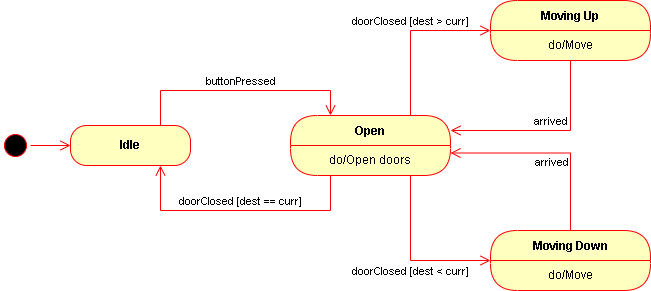
Above: Diagrams/Elevator_State_Machine.png in saffiali2000/Elevator-Control-System (draw.io), before the change. Source tidied: cells renumbered, new cells last; positions are measured from the earlier drawing's top-left corner, leaving out a move shared by most shapes.
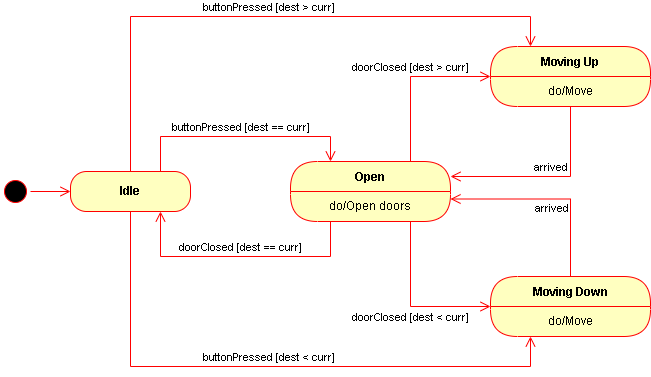
Later version of the same file.

Commit message:
improve elevator state machine

The edit, as a diff of the source:
```diff
@@ -18,7 +18,7 @@
     <mxCell id="5" value="&lt;b&gt;Idle&lt;/b&gt;" style="rounded=1;whiteSpace=wrap;html=1;arcSize=40;fontColor=#000000;fillColor=#ffffc0;strokeColor=#ff0000;" parent="1" vertex="1">
       <mxGeometry x="70" y="125" width="120" height="40" as="geometry" />
     </mxCell>
-    <mxCell id="6" value="buttonPressed" style="edgeStyle=orthogonalEdgeStyle;html=1;verticalAlign=bottom;endArrow=open;endSize=8;strokeColor=#ff0000;rounded=0;exitX=0.75;exitY=0;exitDx=0;exitDy=0;entryX=0.25;entryY=0;entryDx=0;entryDy=0;" parent="1" edge="1" source="5" target="10">
+    <mxCell id="6" value="buttonPressed [dest == curr]" style="edgeStyle=orthogonalEdgeStyle;html=1;verticalAlign=bottom;endArrow=open;endSize=8;strokeColor=#ff0000;rounded=0;exitX=0.75;exitY=0;exitDx=0;exitDy=0;entryX=0.25;entryY=0;entryDx=0;entryDy=0;" parent="1" edge="1" source="5" target="10">
       <mxGeometry relative="1" as="geometry">
         <Array as="points">
           <mxPoint x="160" y="90" />
@@ -65,5 +65,21 @@
         </Array>
       </mxGeometry>
     </mxCell>
+    <mxCell id="17" value="buttonPressed [dest &amp;gt; curr]" style="edgeStyle=orthogonalEdgeStyle;html=1;verticalAlign=bottom;endArrow=open;endSize=8;strokeColor=#ff0000;rounded=0;exitX=0.5;exitY=0;exitDx=0;exitDy=0;entryX=0.25;entryY=0;entryDx=0;entryDy=0;" parent="1" edge="1" source="5" target="12">
+      <mxGeometry relative="1" as="geometry">
+        <Array as="points">
+          <mxPoint x="130" y="-30" />
+          <mxPoint x="530" y="-30" />
+        </Array>
+      </mxGeometry>
+    </mxCell>
+    <mxCell id="18" value="buttonPressed [dest &amp;lt; curr]" style="edgeStyle=orthogonalEdgeStyle;html=1;verticalAlign=bottom;endArrow=open;endSize=8;strokeColor=#ff0000;rounded=0;exitX=0.5;exitY=1;exitDx=0;exitDy=0;entryX=0.25;entryY=1;entryDx=0;entryDy=0;" parent="1" edge="1" source="5" target="15">
+      <mxGeometry relative="1" as="geometry">
+        <Array as="points">
+          <mxPoint x="130" y="320" />
+          <mxPoint x="530" y="320" />
+        </Array>
+      </mxGeometry>
+    </mxCell>
   </root>
 </mxGraphModel>
```
